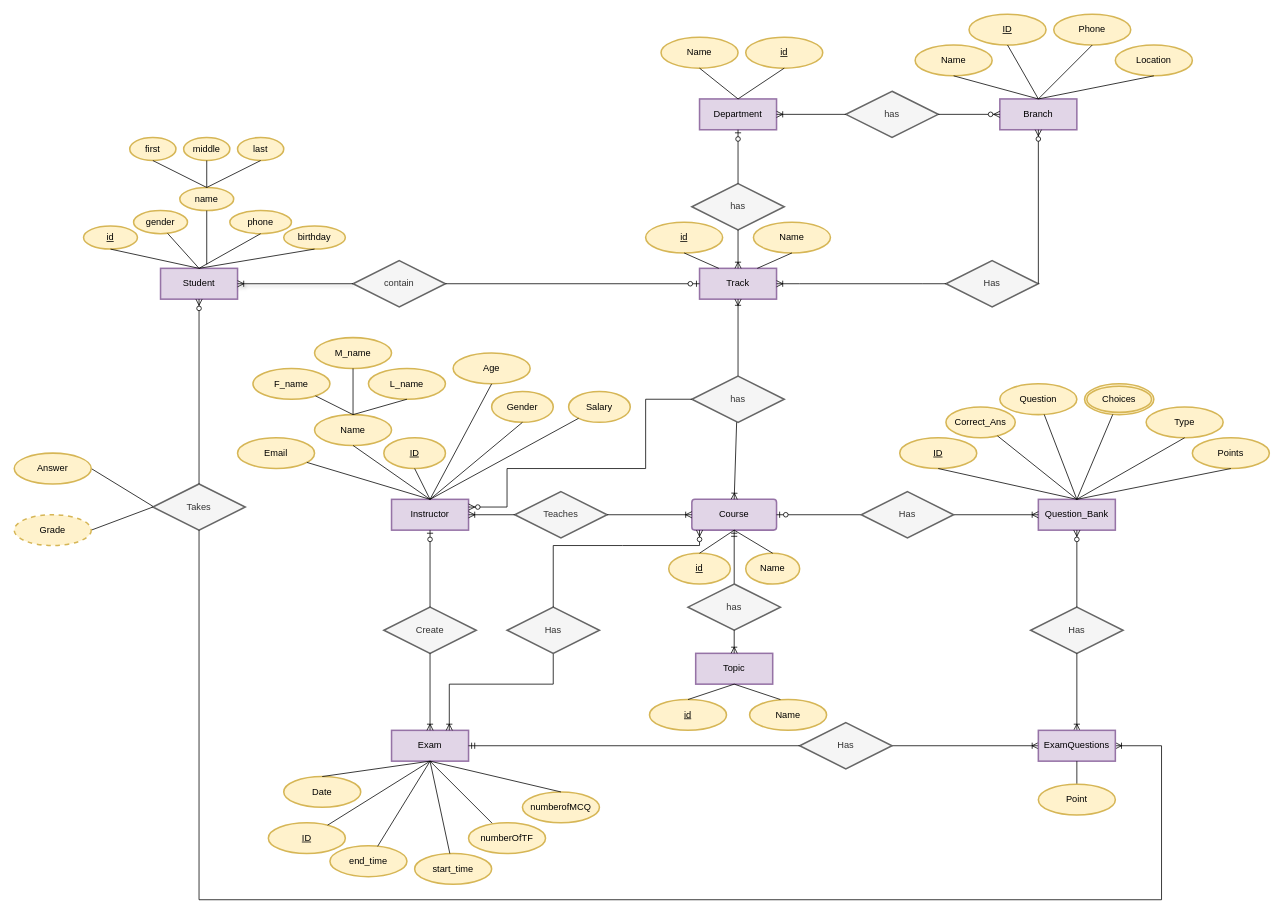
This is OnlineExaminationSystem.drawio from aya-abdelmageed/OnlineExaminationSystem, a draw.io file, before an edit. Source tidied: cells renumbered, new cells numbered last; positions are measured from the earlier drawing's top-left corner, leaving out a move shared by most shapes. Both pictures are drawn from the tidied source at 77%, with x=0, y=0 at pixel (14, 14).
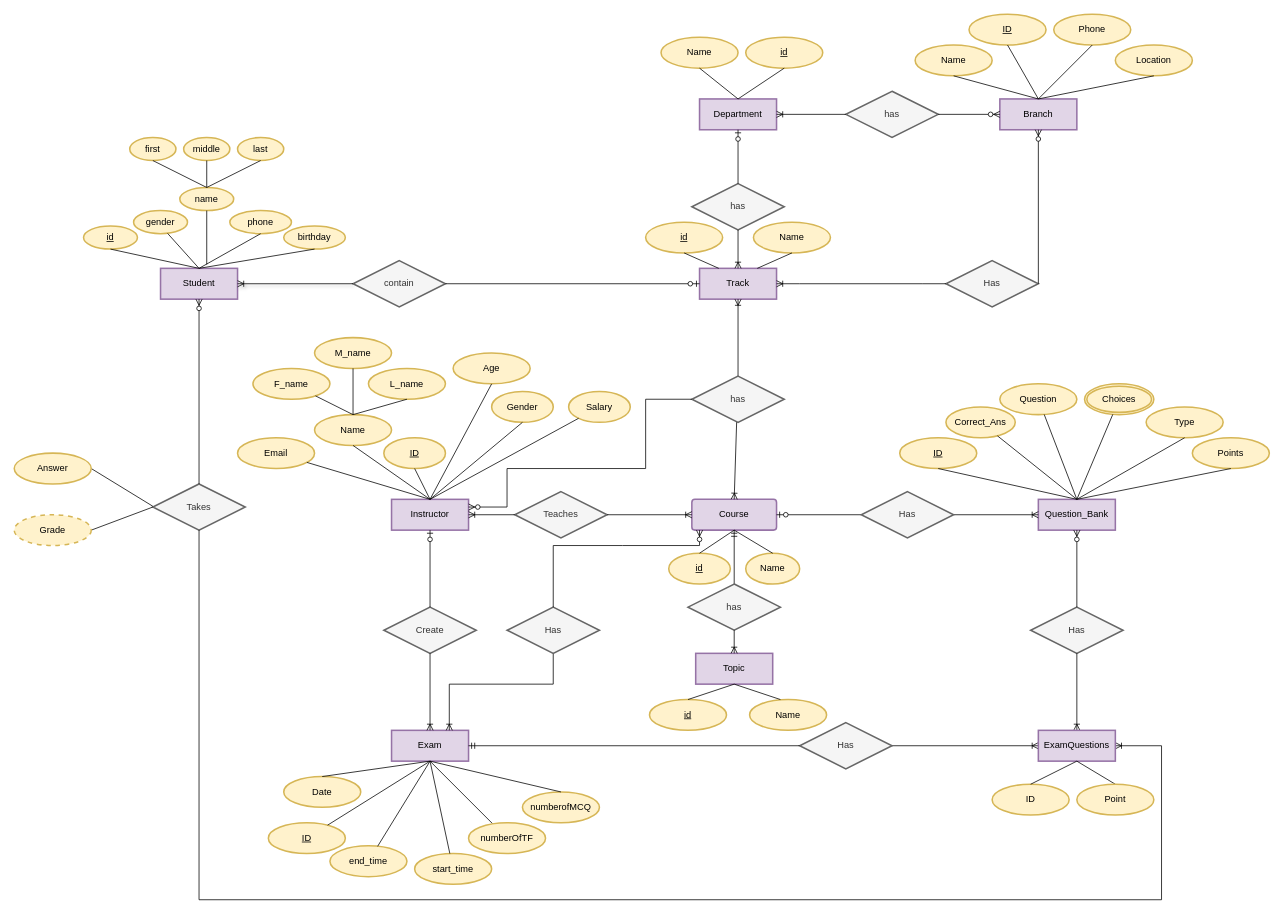
After the change.

The change refers to these unchanged cells:
```xml
<mxCell id="133" value="ExamQuestions" style="whiteSpace=wrap;html=1;align=center;fillColor=#e1d5e7;strokeColor=#9673a6;strokeWidth=2;" parent="1" vertex="1">
  <mxGeometry x="1330" y="930" width="100" height="40" as="geometry" />
</mxCell>
```

What changed in the source:
```diff
@@
-    <mxCell id="137" style="endArrow=none;html=1;rounded=0;exitX=0.5;exitY=1;exitDx=0;exitDy=0;" parent="1" edge="1" source="133">
-      <mxGeometry relative="1" as="geometry">
-        <mxPoint x="1380" y="1010" as="targetPoint" />
-      </mxGeometry>
+    <mxCell id="137" style="endArrow=none;html=1;rounded=0;exitX=0.5;exitY=1;exitDx=0;exitDy=0;entryX=0.5;entryY=0;entryDx=0;entryDy=0;" parent="1" edge="1" source="133" target="138">
+      <mxGeometry relative="1" as="geometry" />
     </mxCell>
     <mxCell id="138" value="Point" style="ellipse;whiteSpace=wrap;html=1;align=center;fillColor=#fff2cc;strokeColor=#d6b656;strokeWidth=2;" parent="1" vertex="1">
-      <mxGeometry x="1330" y="1000" width="100" height="40" as="geometry" />
+      <mxGeometry x="1380" y="1000" width="100" height="40" as="geometry" />
     </mxCell>
@@
+    <mxCell id="142" value="ID" style="ellipse;whiteSpace=wrap;html=1;align=center;fillColor=#fff2cc;strokeColor=#d6b656;strokeWidth=2;" parent="1" vertex="1">
+      <mxGeometry x="1270" y="1000" width="100" height="40" as="geometry" />
+    </mxCell>
+    <mxCell id="143" style="endArrow=none;html=1;rounded=0;entryX=0.5;entryY=1;entryDx=0;entryDy=0;exitX=0.5;exitY=0;exitDx=0;exitDy=0;" parent="1" edge="1" source="142" target="133">
+      <mxGeometry relative="1" as="geometry" />
+    </mxCell>
```
